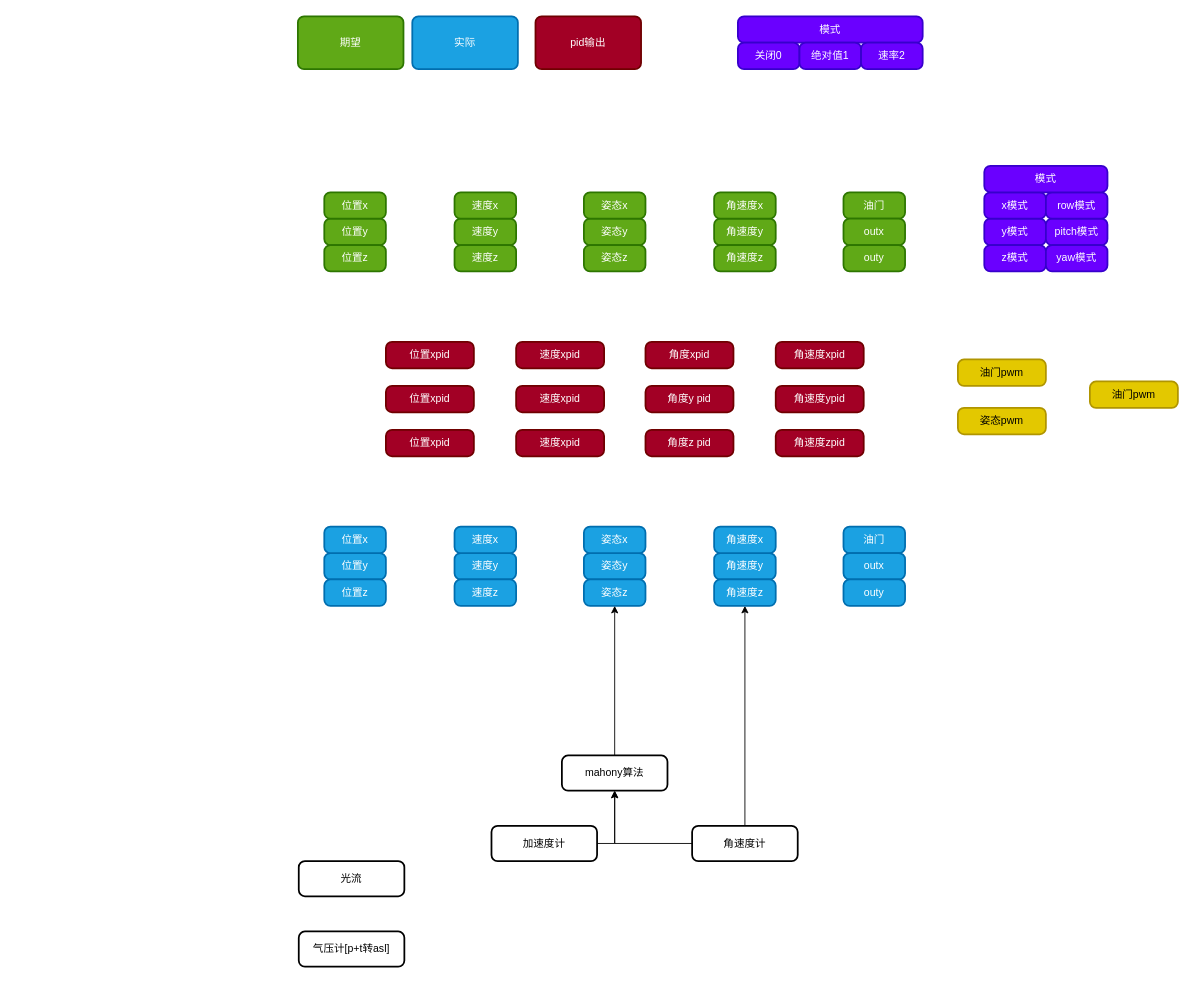
Before: fly.drawio in renxinlin/-, a draw.io diagram. Source tidied: cells renumbered, new cells numbered last; positions are measured from the earlier drawing's top-left corner, leaving out a move shared by most shapes. Both pictures are drawn from the tidied source at 88%, with x=0, y=0 at pixel (297, 16).
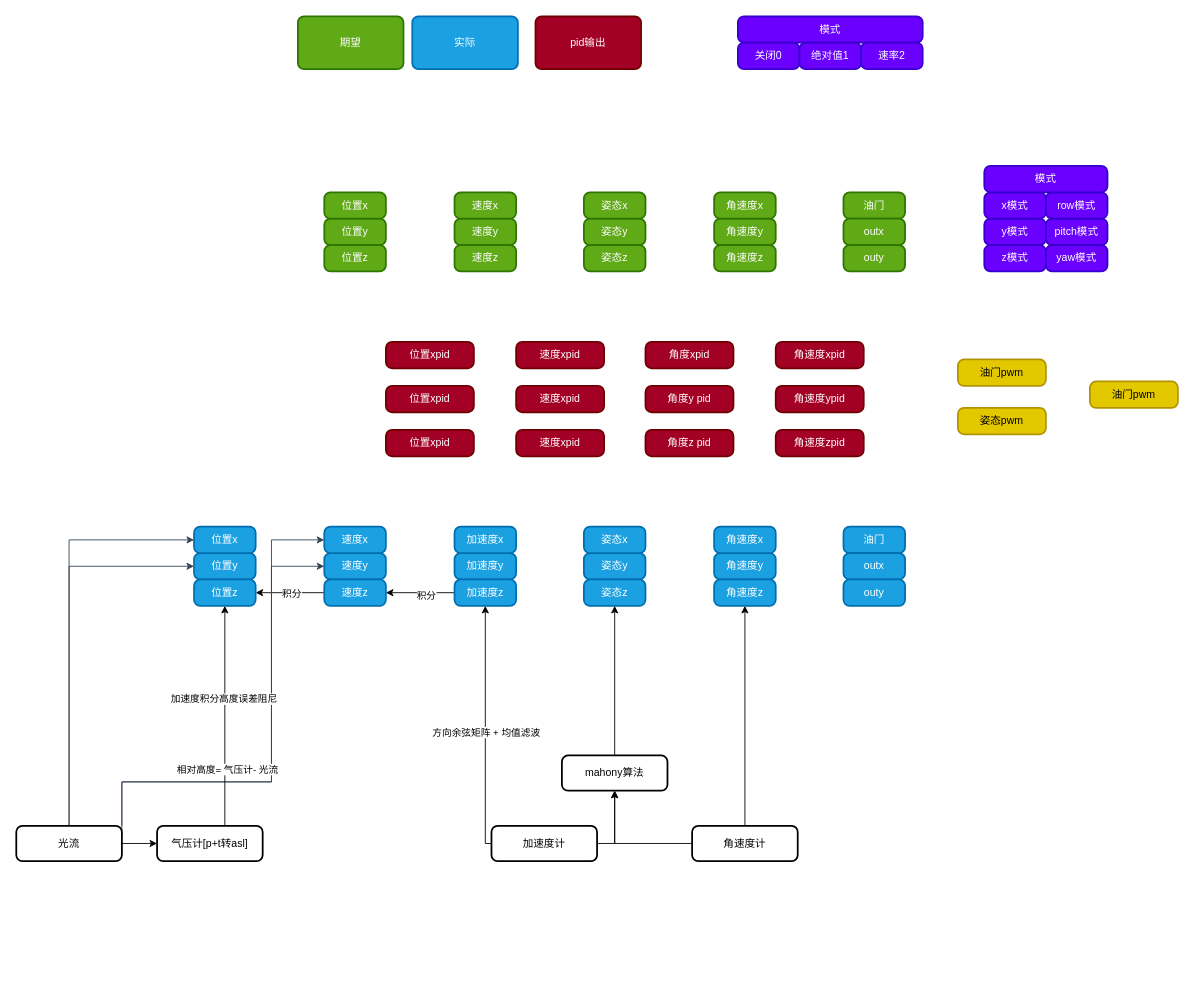
The same diagram, later.

The change refers to these unchanged cells:
```xml
<mxCell id="43" value="加速度计" style="rounded=1;whiteSpace=wrap;html=1;absoluteArcSize=1;arcSize=14;strokeWidth=2;" parent="1" vertex="1">
  <mxGeometry x="220" y="920" width="120" height="40" as="geometry" />
</mxCell>
```

Change to the diagram source:
```diff
@@
     <mxCell id="31" value="速度y" style="rounded=1;whiteSpace=wrap;html=1;absoluteArcSize=1;arcSize=14;strokeWidth=2;fillColor=#1ba1e2;fontColor=#ffffff;strokeColor=#006EAF;" parent="1" vertex="1">
-      <mxGeometry x="178" y="610" width="70" height="30" as="geometry" />
+      <mxGeometry x="30" y="610" width="70" height="30" as="geometry" />
     </mxCell>
+    <mxCell id="70" style="edgeStyle=orthogonalEdgeStyle;rounded=0;jettySize=auto;html=1;exitX=0;exitY=0.5;exitDx=0;exitDy=0;entryX=1;entryY=0.5;entryDx=0;entryDy=0;" parent="1" edge="1" source="32" target="48">
+      <mxGeometry relative="1" as="geometry" />
+    </mxCell>
+    <mxCell id="71" value="积分" style="edgeLabel;html=1;align=center;verticalAlign=middle;" parent="70" vertex="1">
+      <mxGeometry x="0.01" relative="1" as="geometry">
+        <mxPoint x="1" as="offset" />
+      </mxGeometry>
+    </mxCell>
     <mxCell id="32" value="速度z" style="rounded=1;whiteSpace=wrap;html=1;absoluteArcSize=1;arcSize=14;strokeWidth=2;fillColor=#1ba1e2;fontColor=#ffffff;strokeColor=#006EAF;" parent="1" vertex="1">
-      <mxGeometry x="178" y="640" width="70" height="30" as="geometry" />
+      <mxGeometry x="30" y="640" width="70" height="30" as="geometry" />
     </mxCell>
     <mxCell id="33" value="速度x" style="rounded=1;whiteSpace=wrap;html=1;absoluteArcSize=1;arcSize=14;strokeWidth=2;fillColor=#1ba1e2;fontColor=#ffffff;strokeColor=#006EAF;" parent="1" vertex="1">
-      <mxGeometry x="178" y="580" width="70" height="30" as="geometry" />
+      <mxGeometry x="30" y="580" width="70" height="30" as="geometry" />
     </mxCell>
@@
+    <mxCell id="72" style="edgeStyle=orthogonalEdgeStyle;rounded=0;jettySize=auto;html=1;exitX=0.5;exitY=0;exitDx=0;exitDy=0;entryX=0;entryY=0.5;entryDx=0;entryDy=0;fillColor=#647687;strokeColor=#314354;" parent="1" edge="1" source="37" target="47">
+      <mxGeometry relative="1" as="geometry" />
+    </mxCell>
+    <mxCell id="73" style="edgeStyle=orthogonalEdgeStyle;rounded=0;jettySize=auto;html=1;exitX=0.5;exitY=0;exitDx=0;exitDy=0;entryX=0;entryY=0.5;entryDx=0;entryDy=0;fillColor=#647687;strokeColor=#314354;" parent="1" edge="1" source="37" target="46">
+      <mxGeometry relative="1" as="geometry" />
+    </mxCell>
+    <mxCell id="74" style="edgeStyle=orthogonalEdgeStyle;rounded=0;jettySize=auto;html=1;exitX=1;exitY=0.25;exitDx=0;exitDy=0;entryX=0;entryY=0.5;entryDx=0;entryDy=0;fillColor=#647687;strokeColor=#314354;" parent="1" edge="1" source="37" target="31">
+      <mxGeometry relative="1" as="geometry">
+        <Array as="points">
+          <mxPoint x="-200" y="870" />
+          <mxPoint x="-30" y="870" />
+          <mxPoint x="-30" y="625" />
+        </Array>
+      </mxGeometry>
+    </mxCell>
+    <mxCell id="75" style="edgeStyle=orthogonalEdgeStyle;rounded=0;jettySize=auto;html=1;exitX=1;exitY=0;exitDx=0;exitDy=0;entryX=0;entryY=0.5;entryDx=0;entryDy=0;fillColor=#647687;strokeColor=#314354;" parent="1" edge="1" source="37" target="33">
+      <mxGeometry relative="1" as="geometry">
+        <Array as="points">
+          <mxPoint x="-200" y="870" />
+          <mxPoint x="-30" y="870" />
+          <mxPoint x="-30" y="595" />
+        </Array>
+      </mxGeometry>
+    </mxCell>
+    <mxCell id="76" style="edgeStyle=orthogonalEdgeStyle;rounded=0;jettySize=auto;html=1;exitX=1;exitY=0.5;exitDx=0;exitDy=0;entryX=0;entryY=0.5;entryDx=0;entryDy=0;" parent="1" edge="1" source="37" target="38">
+      <mxGeometry relative="1" as="geometry" />
+    </mxCell>
     <mxCell id="37" value="光流" style="rounded=1;whiteSpace=wrap;html=1;absoluteArcSize=1;arcSize=14;strokeWidth=2;" parent="1" vertex="1">
-      <mxGeometry x="1" y="960" width="120" height="40" as="geometry" />
+      <mxGeometry x="-320" y="920" width="120" height="40" as="geometry" />
     </mxCell>
+    <mxCell id="77" style="edgeStyle=orthogonalEdgeStyle;rounded=0;jettySize=auto;html=1;exitX=1;exitY=0.5;exitDx=0;exitDy=0;entryX=0.5;entryY=1;entryDx=0;entryDy=0;" parent="1" edge="1" source="38" target="48">
+      <mxGeometry relative="1" as="geometry">
+        <Array as="points">
+          <mxPoint x="-83" y="940" />
+        </Array>
+      </mxGeometry>
+    </mxCell>
+    <mxCell id="78" value="加速度积分高度误差阻尼" style="edgeLabel;html=1;align=center;verticalAlign=middle;" parent="77" vertex="1">
+      <mxGeometry x="0.33" y="2" relative="1" as="geometry" />
+    </mxCell>
+    <mxCell id="79" value="相对高度= 气压计- 光流" style="edgeLabel;html=1;align=center;verticalAlign=middle;" parent="77" vertex="1">
+      <mxGeometry x="-0.18" y="-2" relative="1" as="geometry" />
+    </mxCell>
     <mxCell id="38" value="气压计[p+t转asl]" style="rounded=1;whiteSpace=wrap;html=1;absoluteArcSize=1;arcSize=14;strokeWidth=2;" parent="1" vertex="1">
-      <mxGeometry x="1" y="1040" width="120" height="40" as="geometry" />
+      <mxGeometry x="-160" y="920" width="120" height="40" as="geometry" />
     </mxCell>
@@
+    <mxCell id="80" style="edgeStyle=orthogonalEdgeStyle;rounded=0;jettySize=auto;html=1;exitX=0;exitY=0.5;exitDx=0;exitDy=0;entryX=0.5;entryY=1;entryDx=0;entryDy=0;" parent="1" edge="1" source="43" target="85">
+      <mxGeometry relative="1" as="geometry">
+        <Array as="points">
+          <mxPoint x="213" y="940" />
+        </Array>
+      </mxGeometry>
+    </mxCell>
+    <mxCell id="81" value="方向余弦矩阵 + 均值滤波" style="edgeLabel;html=1;align=center;verticalAlign=middle;" parent="80" vertex="1">
+      <mxGeometry x="-0.03" relative="1" as="geometry" />
+    </mxCell>
@@
     <mxCell id="46" value="位置y" style="rounded=1;whiteSpace=wrap;html=1;absoluteArcSize=1;arcSize=14;strokeWidth=2;fillColor=#1ba1e2;fontColor=#ffffff;strokeColor=#006EAF;" parent="1" vertex="1">
-      <mxGeometry x="30" y="610" width="70" height="30" as="geometry" />
+      <mxGeometry x="-118" y="610" width="70" height="30" as="geometry" />
     </mxCell>
     <mxCell id="47" value="位置x" style="rounded=1;whiteSpace=wrap;html=1;absoluteArcSize=1;arcSize=14;strokeWidth=2;fillColor=#1ba1e2;fontColor=#ffffff;strokeColor=#006EAF;" parent="1" vertex="1">
-      <mxGeometry x="30" y="580" width="70" height="30" as="geometry" />
+      <mxGeometry x="-118" y="580" width="70" height="30" as="geometry" />
     </mxCell>
     <mxCell id="48" value="位置z" style="rounded=1;whiteSpace=wrap;html=1;absoluteArcSize=1;arcSize=14;strokeWidth=2;fillColor=#1ba1e2;fontColor=#ffffff;strokeColor=#006EAF;" parent="1" vertex="1">
-      <mxGeometry x="30" y="640" width="70" height="30" as="geometry" />
+      <mxGeometry x="-118" y="640" width="70" height="30" as="geometry" />
     </mxCell>
@@
+    <mxCell id="82" value="加速度y" style="rounded=1;whiteSpace=wrap;html=1;absoluteArcSize=1;arcSize=14;strokeWidth=2;fillColor=#1ba1e2;fontColor=#ffffff;strokeColor=#006EAF;" parent="1" vertex="1">
+      <mxGeometry x="178" y="610" width="70" height="30" as="geometry" />
+    </mxCell>
+    <mxCell id="83" style="edgeStyle=orthogonalEdgeStyle;rounded=0;jettySize=auto;html=1;exitX=0;exitY=0.5;exitDx=0;exitDy=0;entryX=1;entryY=0.5;entryDx=0;entryDy=0;" parent="1" edge="1" source="85" target="32">
+      <mxGeometry relative="1" as="geometry" />
+    </mxCell>
+    <mxCell id="84" value="积分" style="edgeLabel;html=1;align=center;verticalAlign=middle;" parent="83" vertex="1">
+      <mxGeometry x="-0.15" y="3" relative="1" as="geometry" />
+    </mxCell>
+    <mxCell id="85" value="加速度z" style="rounded=1;whiteSpace=wrap;html=1;absoluteArcSize=1;arcSize=14;strokeWidth=2;fillColor=#1ba1e2;fontColor=#ffffff;strokeColor=#006EAF;" parent="1" vertex="1">
+      <mxGeometry x="178" y="640" width="70" height="30" as="geometry" />
+    </mxCell>
+    <mxCell id="86" value="加速度x" style="rounded=1;whiteSpace=wrap;html=1;absoluteArcSize=1;arcSize=14;strokeWidth=2;fillColor=#1ba1e2;fontColor=#ffffff;strokeColor=#006EAF;" parent="1" vertex="1">
+      <mxGeometry x="178" y="580" width="70" height="30" as="geometry" />
+    </mxCell>
```
